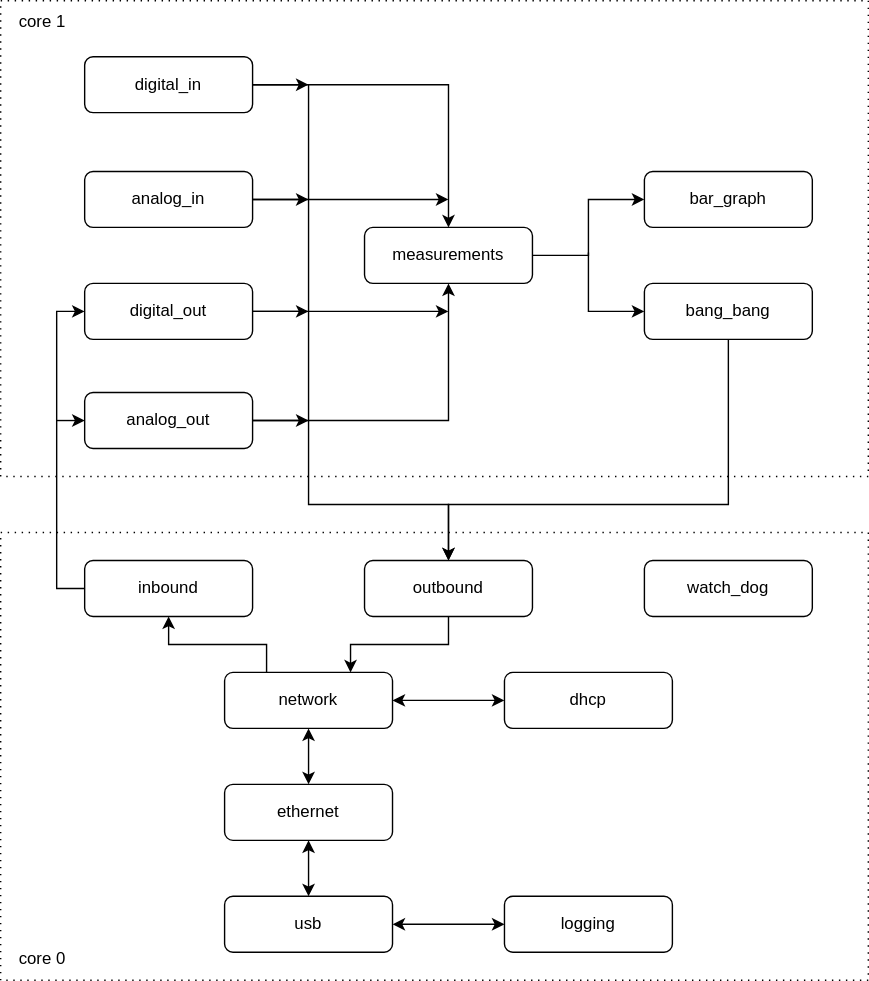
Before: assets/tasks.svg, a diagram exported from draw.io (peterilberg/pico-rio). Source tidied: cells renumbered, new cells last; positions are measured from the earlier drawing's top-left corner, leaving out a move shared by most shapes.
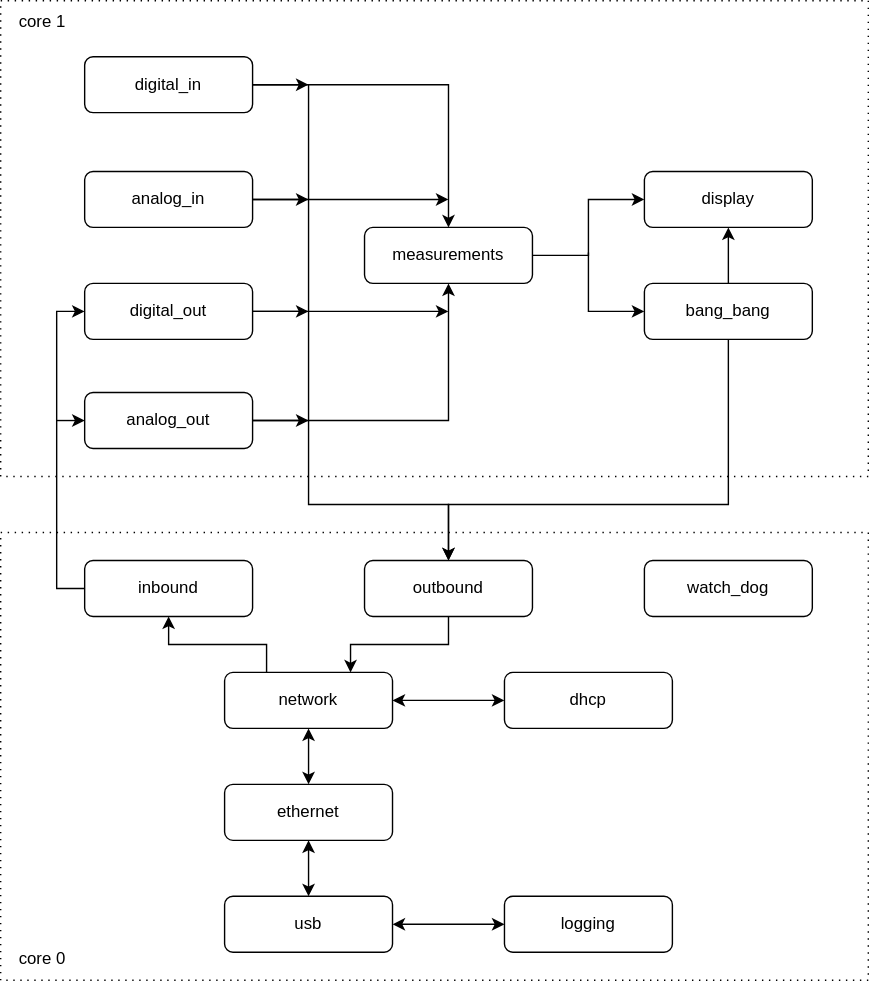
After the change.

Commit message:
Update schematic and diagram.

What changed in the source:
```diff
@@ -80,7 +80,7 @@
     <mxCell id="20" value="measurements" style="rounded=1;whiteSpace=wrap;html=1;" parent="1" vertex="1">
       <mxGeometry x="260" y="162" width="120" height="40" as="geometry" />
     </mxCell>
-    <mxCell id="21" value="bar_graph" style="rounded=1;whiteSpace=wrap;html=1;" parent="1" vertex="1">
+    <mxCell id="21" value="display" style="rounded=1;whiteSpace=wrap;html=1;" parent="1" vertex="1">
       <mxGeometry x="460" y="122" width="120" height="40" as="geometry" />
     </mxCell>
     <mxCell id="22" style="edgeStyle=orthogonalEdgeStyle;rounded=0;jettySize=auto;html=1;exitX=0;exitY=0.5;exitDx=0;exitDy=0;startArrow=classic;startFill=1;endArrow=none;endFill=0;" parent="1" edge="1" source="24">
@@ -96,6 +96,9 @@
         </Array>
       </mxGeometry>
     </mxCell>
+    <mxCell id="42" style="edgeStyle=orthogonalEdgeStyle;rounded=0;jettySize=auto;html=1;" parent="1" edge="1" source="24" target="21">
+      <mxGeometry relative="1" as="geometry" />
+    </mxCell>
     <mxCell id="24" value="bang_bang" style="rounded=1;whiteSpace=wrap;html=1;" parent="1" vertex="1">
       <mxGeometry x="460" y="202" width="120" height="40" as="geometry" />
     </mxCell>
```
